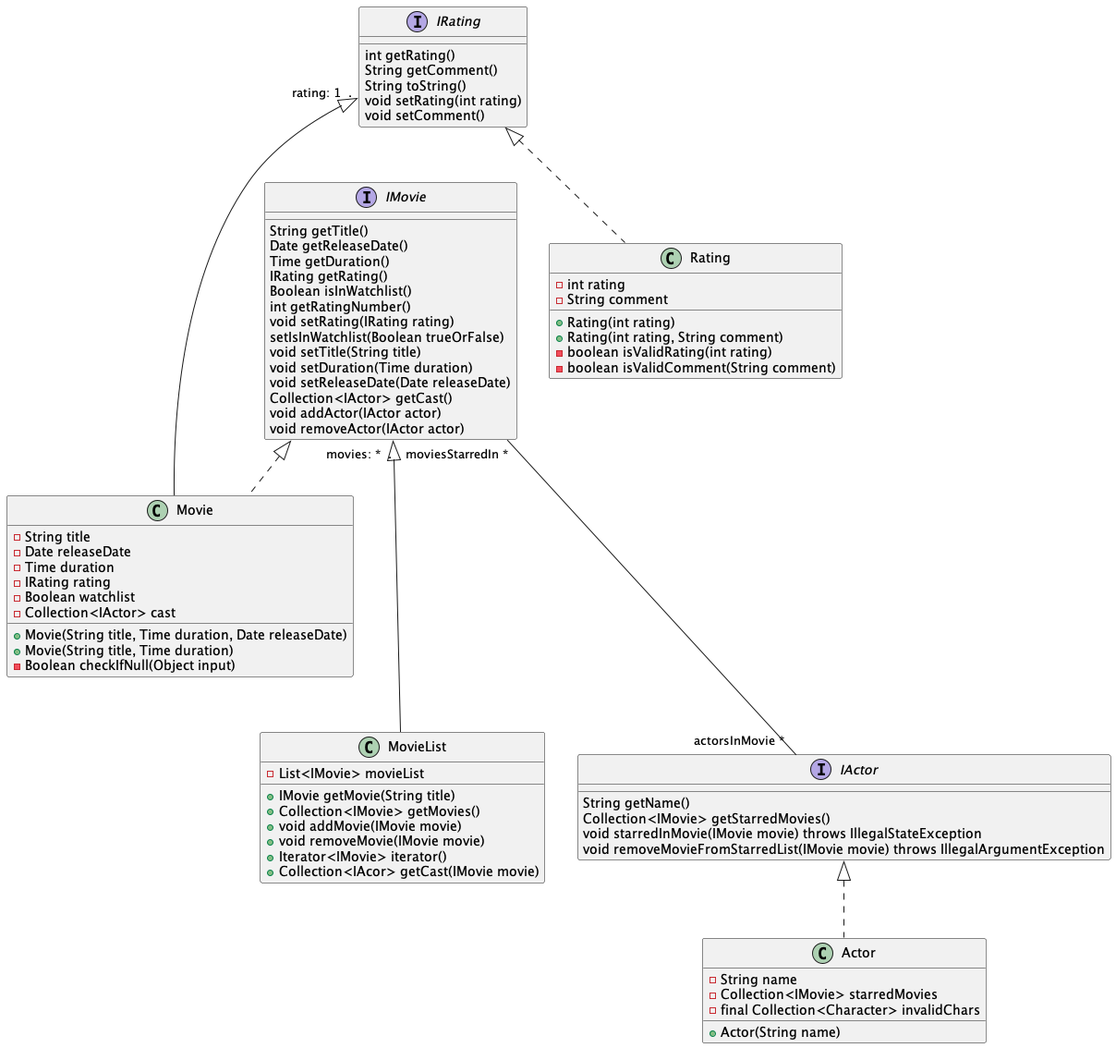
Before: mmt/diagrams/core-class-diagran-v2.png, a diagram exported from PlantUML (AndreasMarken/IT1901).
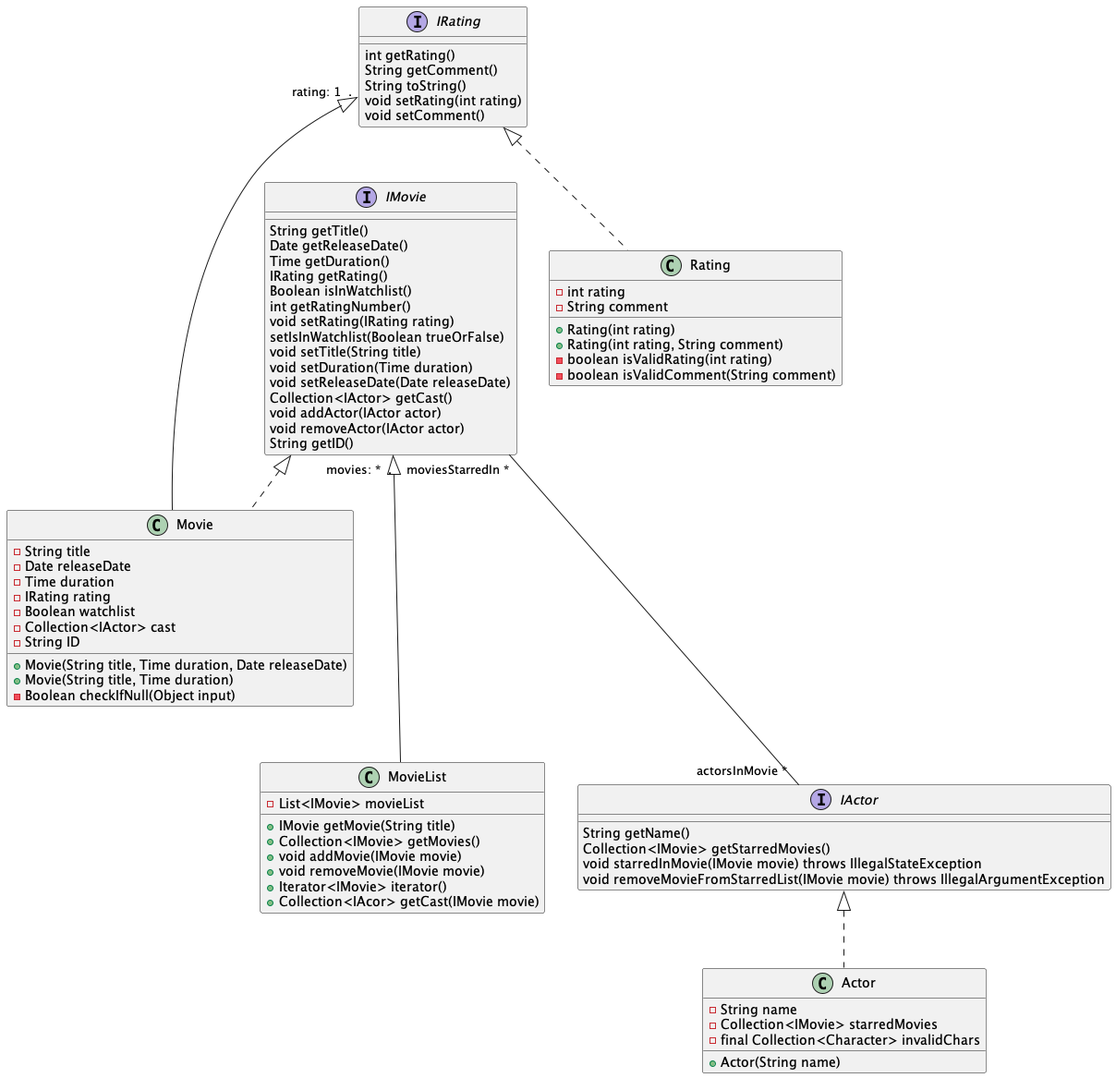
The same diagram one commit later.

Diff of the diagram source:
```diff
@@ -16,6 +16,7 @@
     Collection<IActor> getCast()
     void addActor(IActor actor)
     void removeActor(IActor actor)
+    String getID()
 }
 
 class Movie {
@@ -25,6 +26,7 @@
     - IRating rating
     - Boolean watchlist
     - Collection<IActor> cast
+    - String ID
     + Movie(String title, Time duration, Date releaseDate)
     + Movie(String title, Time duration)
     - Boolean checkIfNull(Object input)
```
